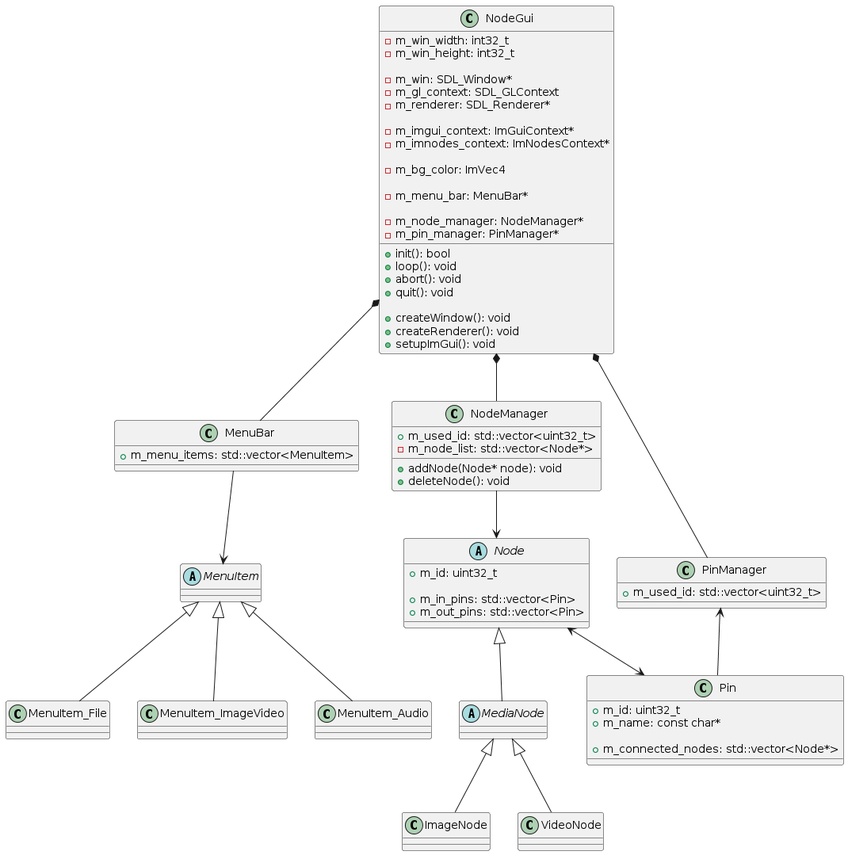
The PlantUML diagram uml/NodeProcessing.png in nkue-yst/NodeProcessV2, before a commit.
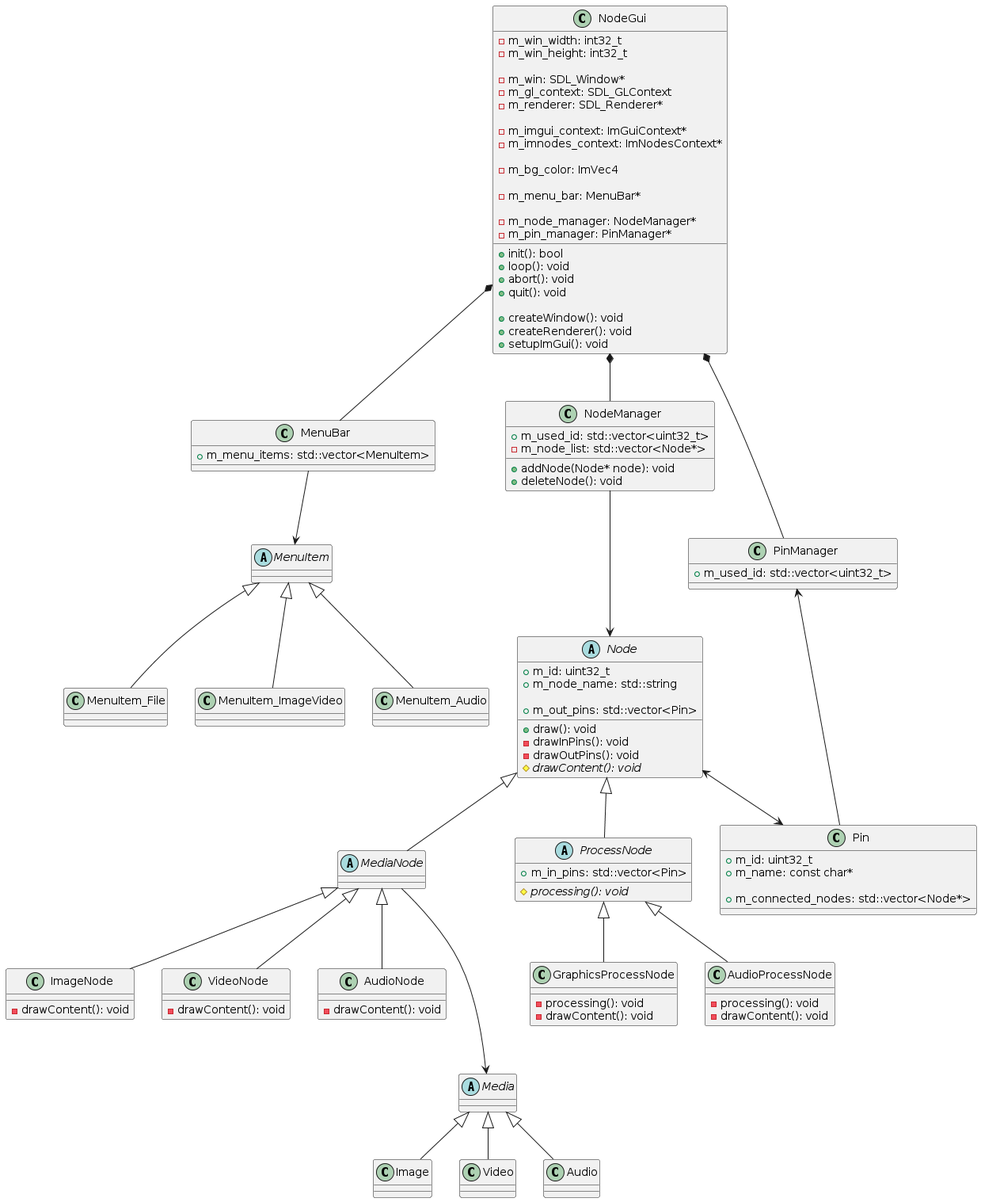
After the change.

Change to the diagram source:
```diff
@@ -57,9 +57,14 @@
 }
 
 abstract class Node {
+    +draw(): void
+    -drawInPins(): void
+    -drawOutPins(): void
+    {abstract} #drawContent(): void
+
     +m_id: uint32_t
+    +m_node_name: std::string
 
-    +m_in_pins: std::vector<Pin>
     +m_out_pins: std::vector<Pin>
 }
 
@@ -67,12 +72,32 @@
 
 }
 
+abstract class ProcessNode {
+    {abstract} #processing(): void
+
+    +m_in_pins: std::vector<Pin>
+}
+
 class ImageNode {
-
+    -drawContent(): void
 }
 
 class VideoNode {
+    -drawContent(): void
+}
 
+class AudioNode {
+    -drawContent(): void
+}
+
+class GraphicsProcessNode {
+    -processing(): void
+    -drawContent(): void
+}
+
+class AudioProcessNode {
+    -processing(): void
+    -drawContent(): void
 }
 
 class PinManager {
@@ -86,6 +111,22 @@
     +m_connected_nodes: std::vector<Node*>
 }
 
+abstract class Media {
+
+}
+
+class Image {
+
+}
+
+class Video {
+
+}
+
+class Audio {
+
+}
+
 NodeGui *-- NodeManager
 NodeGui *-- PinManager
 NodeGui *-- MenuBar
@@ -96,10 +137,19 @@
 MenuItem <|-- MenuItem_Audio
 
 Node <|-- MediaNode
+Node <|-- ProcessNode
 MediaNode <|-- ImageNode
 MediaNode <|-- VideoNode
+MediaNode <|-- AudioNode
+ProcessNode <|-- GraphicsProcessNode
+ProcessNode <|-- AudioProcessNode
 
-NodeManager --> Node
+MediaNode ---> Media
+Media <|-- Image
+Media <|-- Video
+Media <|-- Audio
+
+NodeManager ---> Node
 PinManager <-- Pin
 Node <--> Pin
 
```
